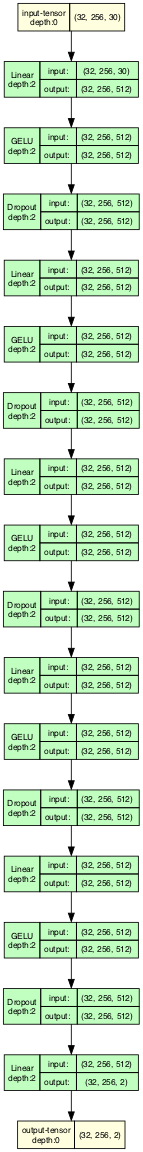
Above: figures/model.gv.png in MiniXC/masked-prosody-modeling-evaluation (Graphviz), before the change. Its source is kept beside it as figures/model.gv.
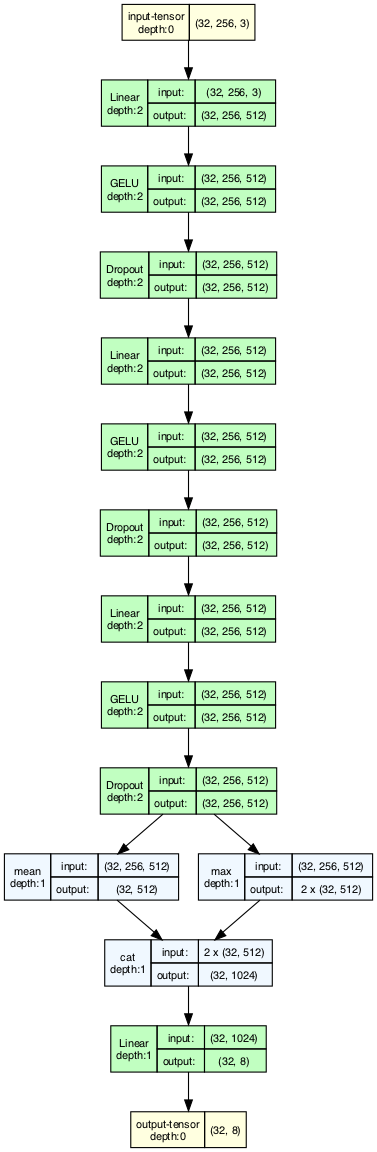
After the change.

What changed in the source:
```diff
@@ -5,7 +5,7 @@
 	0 [label=<
                     <TABLE BORDER="0" CELLBORDER="1"
                     CELLSPACING="0" CELLPADDING="4">
-                        <TR><TD>input-tensor<BR/>depth:0</TD><TD>(32, 256, 30)</TD></TR>
+                        <TR><TD>input-tensor<BR/>depth:0</TD><TD>(32, 256, 3)</TD></TR>
                     </TABLE>> fillcolor=lightyellow]
 	1 [label=<
                     <TABLE BORDER="0" CELLBORDER="1"
@@ -13,7 +13,7 @@
                     <TR>
                         <TD ROWSPAN="2">Linear<BR/>depth:2</TD>
                         <TD COLSPAN="2">input:</TD>
-                        <TD COLSPAN="2">(32, 256, 30) </TD>
+                        <TD COLSPAN="2">(32, 256, 3) </TD>
                     </TR>
                     <TR>
                         <TD COLSPAN="2">output: </TD>
@@ -128,97 +128,58 @@
                     <TABLE BORDER="0" CELLBORDER="1"
                     CELLSPACING="0" CELLPADDING="4">
                     <TR>
-                        <TD ROWSPAN="2">Linear<BR/>depth:2</TD>
+                        <TD ROWSPAN="2">mean<BR/>depth:1</TD>
                         <TD COLSPAN="2">input:</TD>
                         <TD COLSPAN="2">(32, 256, 512) </TD>
                     </TR>
                     <TR>
                         <TD COLSPAN="2">output: </TD>
-                        <TD COLSPAN="2">(32, 256, 512) </TD>
+                        <TD COLSPAN="2">(32, 512) </TD>
                     </TR>
-                    </TABLE>> fillcolor=darkseagreen1]
+                    </TABLE>> fillcolor=aliceblue]
 	11 [label=<
                     <TABLE BORDER="0" CELLBORDER="1"
                     CELLSPACING="0" CELLPADDING="4">
                     <TR>
-                        <TD ROWSPAN="2">GELU<BR/>depth:2</TD>
+                        <TD ROWSPAN="2">max<BR/>depth:1</TD>
                         <TD COLSPAN="2">input:</TD>
                         <TD COLSPAN="2">(32, 256, 512) </TD>
                     </TR>
                     <TR>
                         <TD COLSPAN="2">output: </TD>
-                        <TD COLSPAN="2">(32, 256, 512) </TD>
+                        <TD COLSPAN="2">2 x (32, 512) </TD>
                     </TR>
-                    </TABLE>> fillcolor=darkseagreen1]
+                    </TABLE>> fillcolor=aliceblue]
 	12 [label=<
                     <TABLE BORDER="0" CELLBORDER="1"
                     CELLSPACING="0" CELLPADDING="4">
                     <TR>
-                        <TD ROWSPAN="2">Dropout<BR/>depth:2</TD>
+                        <TD ROWSPAN="2">cat<BR/>depth:1</TD>
                         <TD COLSPAN="2">input:</TD>
-                        <TD COLSPAN="2">(32, 256, 512) </TD>
+                        <TD COLSPAN="2">2 x (32, 512) </TD>
                     </TR>
                     <TR>
                         <TD COLSPAN="2">output: </TD>
-                        <TD COLSPAN="2">(32, 256, 512) </TD>
+                        <TD COLSPAN="2">(32, 1024) </TD>
                     </TR>
-                    </TABLE>> fillcolor=darkseagreen1]
+                    </TABLE>> fillcolor=aliceblue]
 	13 [label=<
                     <TABLE BORDER="0" CELLBORDER="1"
                     CELLSPACING="0" CELLPADDING="4">
                     <TR>
-                        <TD ROWSPAN="2">Linear<BR/>depth:2</TD>
+                        <TD ROWSPAN="2">Linear<BR/>depth:1</TD>
                         <TD COLSPAN="2">input:</TD>
-                        <TD COLSPAN="2">(32, 256, 512) </TD>
+                        <TD COLSPAN="2">(32, 1024) </TD>
                     </TR>
                     <TR>
                         <TD COLSPAN="2">output: </TD>
-                        <TD COLSPAN="2">(32, 256, 512) </TD>
+                        <TD COLSPAN="2">(32, 8) </TD>
                     </TR>
                     </TABLE>> fillcolor=darkseagreen1]
 	14 [label=<
                     <TABLE BORDER="0" CELLBORDER="1"
                     CELLSPACING="0" CELLPADDING="4">
-                    <TR>
-                        <TD ROWSPAN="2">GELU<BR/>depth:2</TD>
-                        <TD COLSPAN="2">input:</TD>
-                        <TD COLSPAN="2">(32, 256, 512) </TD>
-                    </TR>
-                    <TR>
-                        <TD COLSPAN="2">output: </TD>
-                        <TD COLSPAN="2">(32, 256, 512) </TD>
-                    </TR>
-                    </TABLE>> fillcolor=darkseagreen1]
-	15 [label=<
-                    <TABLE BORDER="0" CELLBORDER="1"
-                    CELLSPACING="0" CELLPADDING="4">
-                    <TR>
-                        <TD ROWSPAN="2">Dropout<BR/>depth:2</TD>
-                        <TD COLSPAN="2">input:</TD>
-                        <TD COLSPAN="2">(32, 256, 512) </TD>
-                    </TR>
-                    <TR>
-                        <TD COLSPAN="2">output: </TD>
-                        <TD COLSPAN="2">(32, 256, 512) </TD>
-                    </TR>
-                    </TABLE>> fillcolor=darkseagreen1]
-	16 [label=<
-                    <TABLE BORDER="0" CELLBORDER="1"
-                    CELLSPACING="0" CELLPADDING="4">
-                    <TR>
-                        <TD ROWSPAN="2">Linear<BR/>depth:2</TD>
-                        <TD COLSPAN="2">input:</TD>
-                        <TD COLSPAN="2">(32, 256, 512) </TD>
-                    </TR>
-                    <TR>
-                        <TD COLSPAN="2">output: </TD>
-                        <TD COLSPAN="2">(32, 256, 2) </TD>
-                    </TR>
-                    </TABLE>> fillcolor=darkseagreen1]
-	17 [label=<
-                    <TABLE BORDER="0" CELLBORDER="1"
-                    CELLSPACING="0" CELLPADDING="4">
-                        <TR><TD>output-tensor<BR/>depth:0</TD><TD>(32, 256, 2)</TD></TR>
+                        <TR><TD>output-tensor<BR/>depth:0</TD><TD>(32, 8)</TD></TR>
                     </TABLE>> fillcolor=lightyellow]
 	0 -> 1
 	1 -> 2
@@ -230,11 +191,9 @@
 	7 -> 8
 	8 -> 9
 	9 -> 10
-	10 -> 11
+	9 -> 11
+	10 -> 12
 	11 -> 12
 	12 -> 13
 	13 -> 14
-	14 -> 15
-	15 -> 16
-	16 -> 17
 }
```
